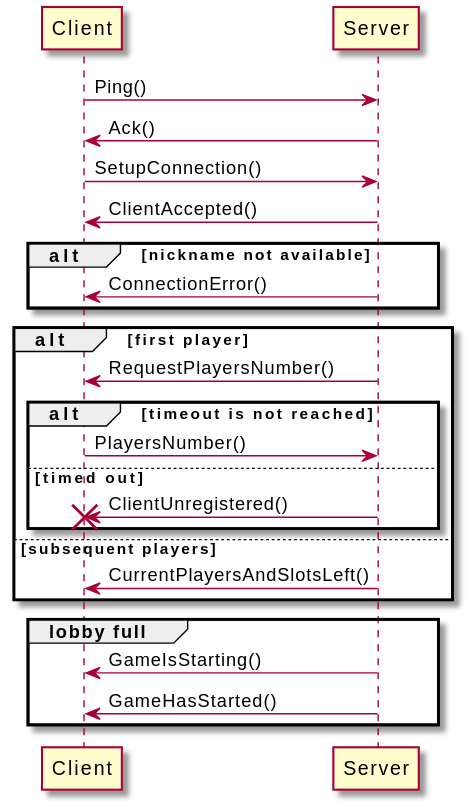
Above: InitialSqDiagram/Connection.svg in marcofasa/ing-sw-2021-Fasanella-Maggioni-Manini (PlantUML), before the change.
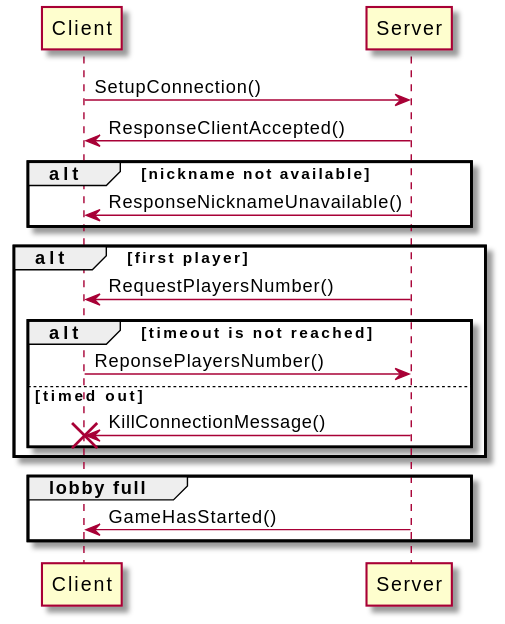
After the change.

Commit message:
uml, removed client ResponseDiscardResourceSelection.java

Diff of the diagram source:
```diff
@@ -1,29 +1,23 @@
 @startuml
-Client-> Server: Ping()
-
-Client<- Server: Ack()
 Client-> Server: SetupConnection()
-Client<- Server: ClientAccepted()
+Client<- Server: ResponseClientAccepted()
 alt nickname not available
-    Client<- Server: ConnectionError()
+    Client<- Server: ResponseNicknameUnavailable()
 end
 alt first player
 
     Client<- Server: RequestPlayersNumber()
 deactivate Client
 alt timeout is not reached
-    Client-> Server: PlayersNumber()
+    Client-> Server: ReponsePlayersNumber()
 else timed out
-    Client<- Server: ClientUnregistered()
+    Client<- Server: KillConnectionMessage()
 destroy Client
 end
 activate Client
-else subsequent players
-    Client<- Server: CurrentPlayersAndSlotsLeft()
 end
 group lobby full
 
-    Client <- Server: GameIsStarting()
     Client <- Server: GameHasStarted()
 
 end
```
